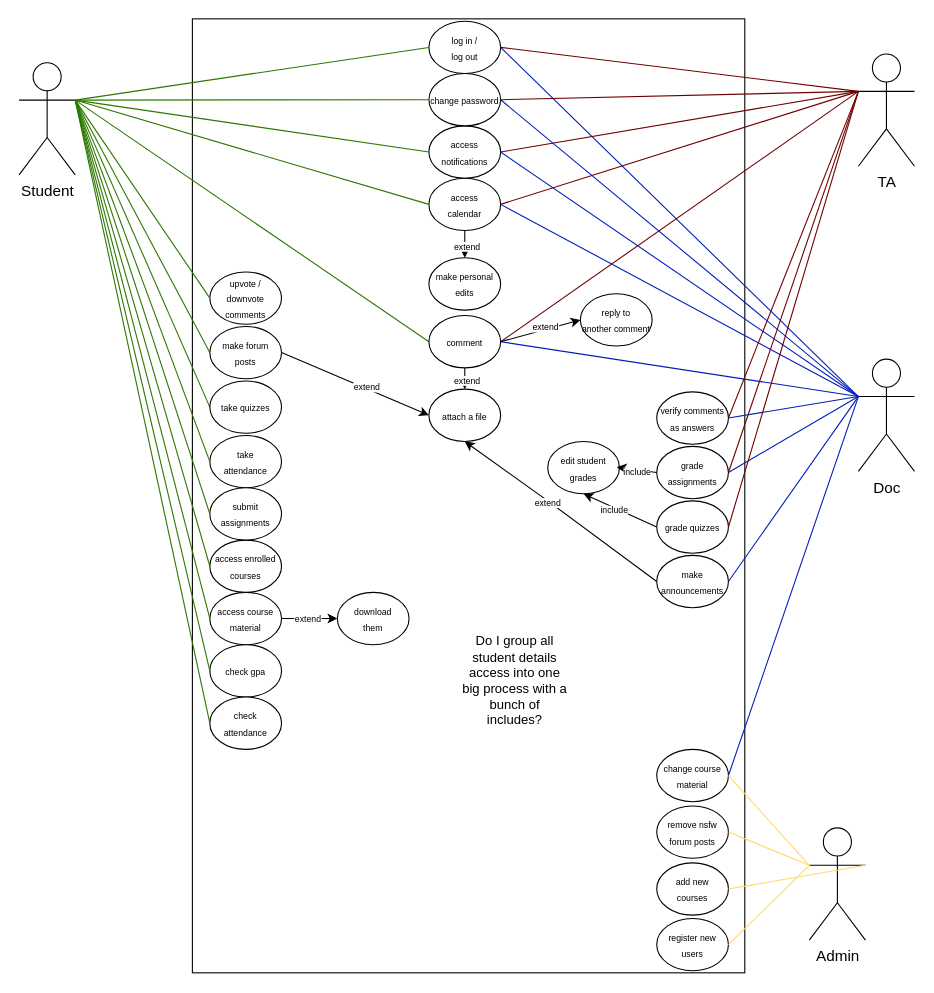
Above: docs/diagrams/UseCase.drawio in kk4bb/GradProject (draw.io), before the change. Source tidied: cells renumbered, new cells numbered last; positions are measured from the earlier drawing's top-left corner, leaving out a move shared by most shapes. Both pictures are drawn from the tidied source at 109%, with x=0, y=0 at pixel (-9, 21).
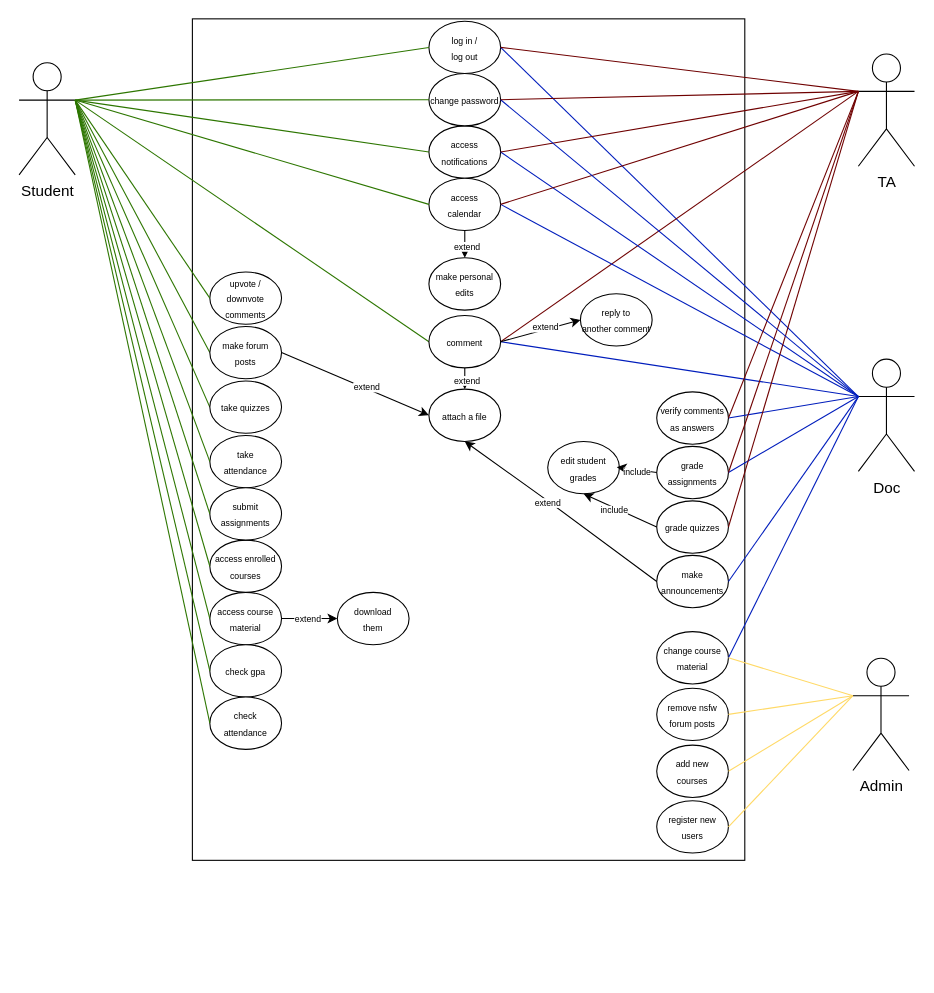
The same page after the edit.

The edit, as a diff of the source:
```diff
@@
     <mxCell id="3" style="rounded=0;whiteSpace=wrap;html=1;rotation=-90;labelBackgroundColor=none;fillColor=none;" parent="1" vertex="1">
-      <mxGeometry x="-0.2" y="182" width="875.2" height="506.8" as="geometry" />
+      <mxGeometry x="51.4" y="130.4" width="772" height="506.8" as="geometry" />
     </mxCell>
@@
     <mxCell id="42" value="&lt;div&gt;&lt;font style=&quot;font-size: 8px;&quot;&gt;change course&lt;/font&gt;&lt;/div&gt;&lt;div&gt;&lt;font style=&quot;font-size: 8px;&quot;&gt;material&lt;/font&gt;&lt;/div&gt;" style="ellipse;whiteSpace=wrap;html=1;" parent="1" vertex="1">
-      <mxGeometry x="610" y="668" width="65.8" height="48" as="geometry" />
+      <mxGeometry x="610" y="560" width="65.8" height="48" as="geometry" />
     </mxCell>
@@
     <mxCell id="72" value="&lt;font style=&quot;font-size: 14px;&quot;&gt;Admin&lt;/font&gt;" style="shape=umlActor;verticalLabelPosition=bottom;verticalAlign=top;html=1;fontSize=7;" parent="1" vertex="1">
-      <mxGeometry x="750" y="740" width="51.5" height="103" as="geometry" />
+      <mxGeometry x="790" y="584.4" width="51.5" height="103" as="geometry" />
     </mxCell>
@@
     <mxCell id="74" value="&lt;div&gt;&lt;font style=&quot;font-size: 8px;&quot;&gt;register new&lt;/font&gt;&lt;/div&gt;&lt;div&gt;&lt;font style=&quot;font-size: 8px;&quot;&gt;users&lt;/font&gt;&lt;/div&gt;" style="ellipse;whiteSpace=wrap;html=1;" parent="1" vertex="1">
-      <mxGeometry x="610" y="823.1" width="65.8" height="48" as="geometry" />
+      <mxGeometry x="610" y="715.1" width="65.8" height="48" as="geometry" />
     </mxCell>
     <mxCell id="75" value="&lt;div&gt;&lt;font style=&quot;font-size: 8px;&quot;&gt;add new&lt;/font&gt;&lt;/div&gt;&lt;div&gt;&lt;font style=&quot;font-size: 8px;&quot;&gt;courses&lt;/font&gt;&lt;/div&gt;" style="ellipse;whiteSpace=wrap;html=1;" parent="1" vertex="1">
-      <mxGeometry x="610" y="772.1" width="65.8" height="48" as="geometry" />
+      <mxGeometry x="610" y="664.1" width="65.8" height="48" as="geometry" />
     </mxCell>
@@
-    <mxCell id="77" style="endArrow=none;html=1;rounded=0;entryX=1;entryY=0.5;entryDx=0;entryDy=0;exitX=1;exitY=0.3333333333333333;exitDx=0;exitDy=0;exitPerimeter=0;strokeColor=#FFD966;" parent="1" edge="1" source="72" target="75">
+    <mxCell id="77" style="endArrow=none;html=1;rounded=0;entryX=1;entryY=0.5;entryDx=0;entryDy=0;exitX=0;exitY=0.3333333333333333;exitDx=0;exitDy=0;exitPerimeter=0;strokeColor=#FFD966;" parent="1" edge="1" source="72" target="75">
       <mxGeometry relative="1" as="geometry" />
     </mxCell>
@@
     <mxCell id="80" value="&lt;div&gt;&lt;span style=&quot;font-size: 8px;&quot;&gt;remove nsfw&lt;/span&gt;&lt;/div&gt;&lt;div&gt;&lt;span style=&quot;font-size: 8px;&quot;&gt;forum posts&lt;/span&gt;&lt;/div&gt;" style="ellipse;whiteSpace=wrap;html=1;" parent="1" vertex="1">
-      <mxGeometry x="610" y="719.9" width="65.8" height="48" as="geometry" />
+      <mxGeometry x="610" y="611.9" width="65.8" height="48" as="geometry" />
     </mxCell>
@@
-    <mxCell id="82" value="Do I group all student details access into one big process with a bunch of includes?" style="text;html=1;whiteSpace=wrap;strokeColor=none;fillColor=none;align=center;verticalAlign=middle;rounded=0;" parent="1" vertex="1">
-      <mxGeometry x="430" y="560" width="100" height="90" as="geometry" />
-    </mxCell>
```
